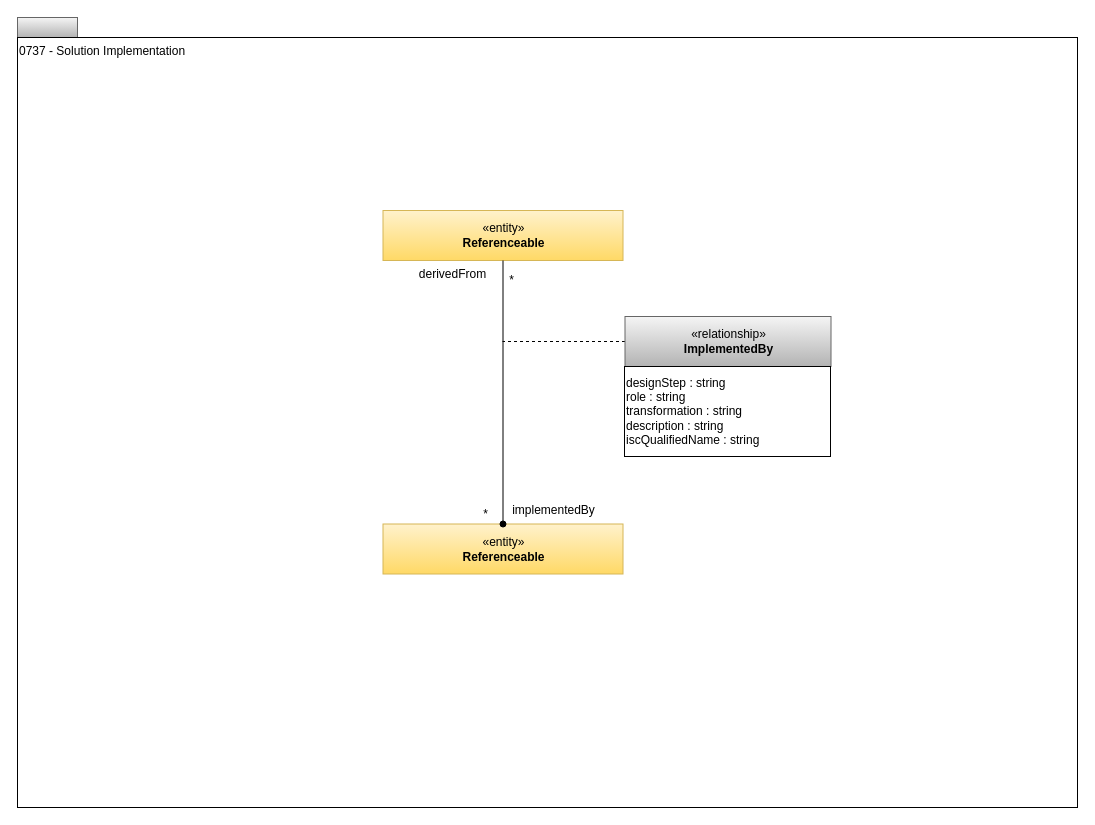
The draw.io diagram page "0737-Solution-Implementation" (9 of 17) of site/docs/types/7/area-7-lineage.drawio in odpi/egeria-docs, before the edit. Source tidied: cells renumbered, new cells numbered last; positions are measured from the earlier drawing's top-left corner, leaving out a move shared by most shapes. Both pictures are drawn from the tidied source at 100%, with x=0, y=0 at pixel (17, 17).
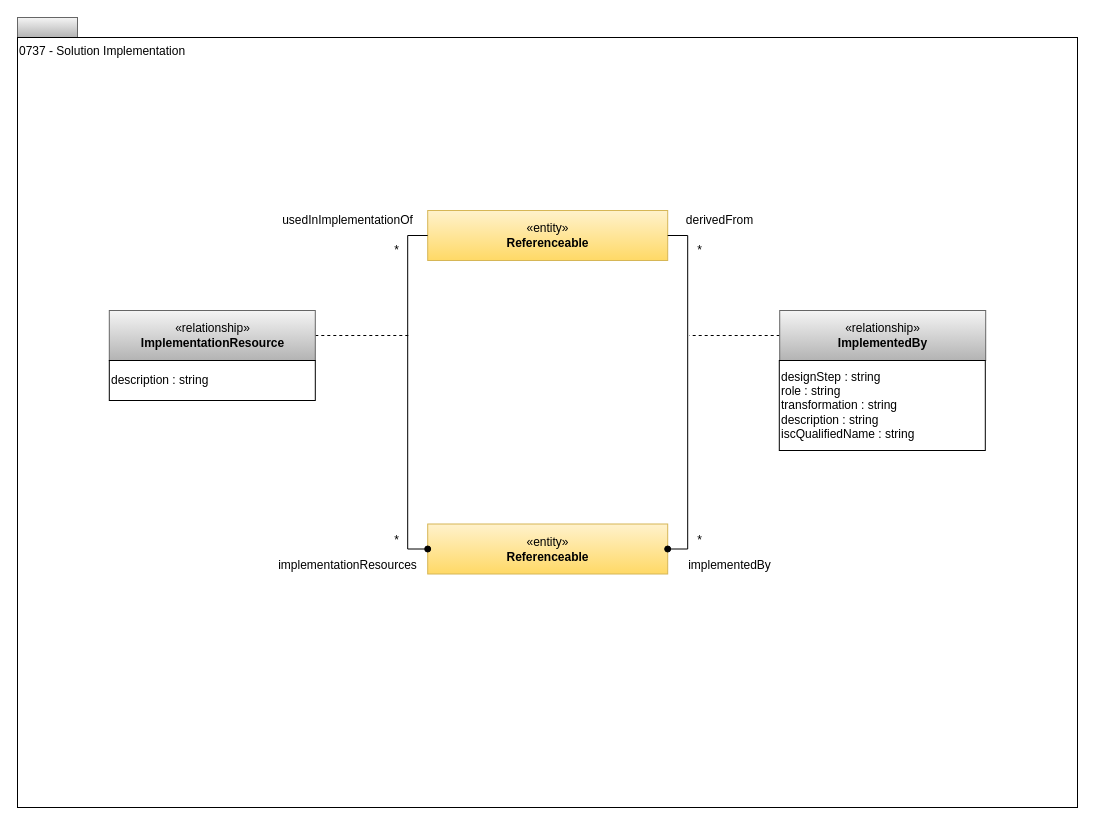
After the change.

The edit, as a diff of the source:
```diff
@@
     <mxCell id="4" value="«entity»&lt;br&gt;&lt;b&gt;Referenceable&lt;/b&gt;" style="html=1;strokeColor=#d6b656;align=center;fillColor=#fff2cc;gradientColor=#ffd966;" parent="1" vertex="1">
-      <mxGeometry x="365.5" y="193" width="240" height="50" as="geometry" />
+      <mxGeometry x="410.2" y="193" width="240" height="50" as="geometry" />
     </mxCell>
     <mxCell id="5" value="«entity»&lt;br&gt;&lt;b&gt;Referenceable&lt;/b&gt;" style="html=1;strokeColor=#d6b656;align=center;fillColor=#fff2cc;gradientColor=#ffd966;" parent="1" vertex="1">
-      <mxGeometry x="365.5" y="506.5" width="240" height="50" as="geometry" />
+      <mxGeometry x="410.2" y="506.5" width="240" height="50" as="geometry" />
     </mxCell>
     <mxCell id="6" style="edgeStyle=orthogonalEdgeStyle;rounded=0;html=1;exitX=0;exitY=0.5;endArrow=none;endFill=0;jettySize=auto;dashed=1;" parent="1" edge="1" source="7">
       <mxGeometry relative="1" as="geometry">
-        <mxPoint x="485" y="324" as="targetPoint" />
+        <mxPoint x="671.8" y="318" as="targetPoint" />
       </mxGeometry>
     </mxCell>
     <mxCell id="7" value="«relationship»&lt;br&gt;&lt;b&gt;ImplementedBy&lt;/b&gt;" style="html=1;strokeColor=#666666;align=center;fillColor=#f5f5f5;gradientColor=#b3b3b3;" parent="1" vertex="1">
-      <mxGeometry x="607.5" y="299" width="206" height="50" as="geometry" />
+      <mxGeometry x="762.2" y="293" width="206" height="50" as="geometry" />
     </mxCell>
     <mxCell id="8" value="designStep : string&lt;br&gt;role : string&lt;br&gt;transformation : string&lt;br&gt;description : string&lt;div&gt;iscQualifiedName : string&lt;/div&gt;" style="rounded=0;whiteSpace=wrap;html=1;strokeColor=#000000;gradientColor=#ffffff;align=left;" parent="1" vertex="1">
-      <mxGeometry x="607" y="349" width="206" height="90" as="geometry" />
+      <mxGeometry x="761.8" y="343" width="206" height="90" as="geometry" />
     </mxCell>
     <mxCell id="9" value="*" style="text;html=1;align=center;verticalAlign=top;spacingTop=-4;" parent="1" vertex="1">
-      <mxGeometry x="486" y="253" width="15" height="14" as="geometry" />
+      <mxGeometry x="674.8" y="223" width="15" height="14" as="geometry" />
     </mxCell>
     <mxCell id="10" value="*" style="text;html=1;align=center;verticalAlign=top;spacingTop=-4;" parent="1" vertex="1">
-      <mxGeometry x="460" y="486.5" width="15" height="14" as="geometry" />
+      <mxGeometry x="674.8" y="513" width="15" height="14" as="geometry" />
     </mxCell>
     <mxCell id="11" value="derivedFrom" style="text;html=1;align=center;verticalAlign=top;spacingTop=-4;" parent="1" vertex="1">
-      <mxGeometry x="395" y="247" width="80" height="20" as="geometry" />
+      <mxGeometry x="661.8" y="193" width="80" height="20" as="geometry" />
     </mxCell>
     <mxCell id="12" value="implementedBy" style="text;html=1;align=center;verticalAlign=top;spacingTop=-4;" parent="1" vertex="1">
-      <mxGeometry x="486" y="483" width="100" height="20" as="geometry" />
+      <mxGeometry x="661.8" y="538" width="100" height="20" as="geometry" />
     </mxCell>
-    <mxCell id="13" style="edgeStyle=orthogonalEdgeStyle;rounded=0;html=1;exitX=0.5;exitY=0;endArrow=none;endFill=0;jettySize=auto;entryX=0.5;entryY=1;entryDx=0;entryDy=0;exitDx=0;exitDy=0;startArrow=oval;startFill=1;" parent="1" edge="1" source="5" target="4">
+    <mxCell id="13" style="edgeStyle=orthogonalEdgeStyle;rounded=0;html=1;exitX=1;exitY=0.5;endArrow=none;endFill=0;jettySize=auto;entryX=1;entryY=0.5;entryDx=0;entryDy=0;exitDx=0;exitDy=0;startArrow=oval;startFill=1;" parent="1" edge="1" source="5" target="4">
       <mxGeometry relative="1" as="geometry" />
     </mxCell>
+    <mxCell id="14" style="edgeStyle=orthogonalEdgeStyle;rounded=0;html=1;exitX=1;exitY=0.5;endArrow=none;endFill=0;jettySize=auto;dashed=1;exitDx=0;exitDy=0;" parent="1" edge="1" source="15">
+      <mxGeometry relative="1" as="geometry">
+        <mxPoint x="391.8" y="318" as="targetPoint" />
+      </mxGeometry>
+    </mxCell>
+    <mxCell id="15" value="«relationship»&lt;br&gt;&lt;b&gt;ImplementationResource&lt;/b&gt;" style="html=1;strokeColor=#666666;align=center;fillColor=#f5f5f5;gradientColor=#b3b3b3;" parent="1" vertex="1">
+      <mxGeometry x="91.8" y="293" width="206" height="50" as="geometry" />
+    </mxCell>
+    <mxCell id="16" value="description : string" style="rounded=0;whiteSpace=wrap;html=1;strokeColor=#000000;gradientColor=#ffffff;align=left;" parent="1" vertex="1">
+      <mxGeometry x="91.8" y="343" width="206" height="40" as="geometry" />
+    </mxCell>
+    <mxCell id="17" value="*" style="text;html=1;align=center;verticalAlign=top;spacingTop=-4;" parent="1" vertex="1">
+      <mxGeometry x="371.8" y="223" width="15" height="14" as="geometry" />
+    </mxCell>
+    <mxCell id="18" value="*" style="text;html=1;align=center;verticalAlign=top;spacingTop=-4;" parent="1" vertex="1">
+      <mxGeometry x="371.8" y="513" width="15" height="14" as="geometry" />
+    </mxCell>
+    <mxCell id="19" value="usedInImplementationOf" style="text;html=1;align=center;verticalAlign=top;spacingTop=-4;" parent="1" vertex="1">
+      <mxGeometry x="255.2" y="193" width="150" height="20" as="geometry" />
+    </mxCell>
+    <mxCell id="20" value="implementationResources" style="text;html=1;align=center;verticalAlign=top;spacingTop=-4;" parent="1" vertex="1">
+      <mxGeometry x="250.2" y="538" width="160" height="20" as="geometry" />
+    </mxCell>
+    <mxCell id="21" style="edgeStyle=orthogonalEdgeStyle;rounded=0;html=1;exitX=0;exitY=0.5;endArrow=none;endFill=0;jettySize=auto;entryX=0;entryY=0.5;entryDx=0;entryDy=0;exitDx=0;exitDy=0;startArrow=oval;startFill=1;" parent="1" edge="1" source="5" target="4">
+      <mxGeometry relative="1" as="geometry" />
+    </mxCell>
```
